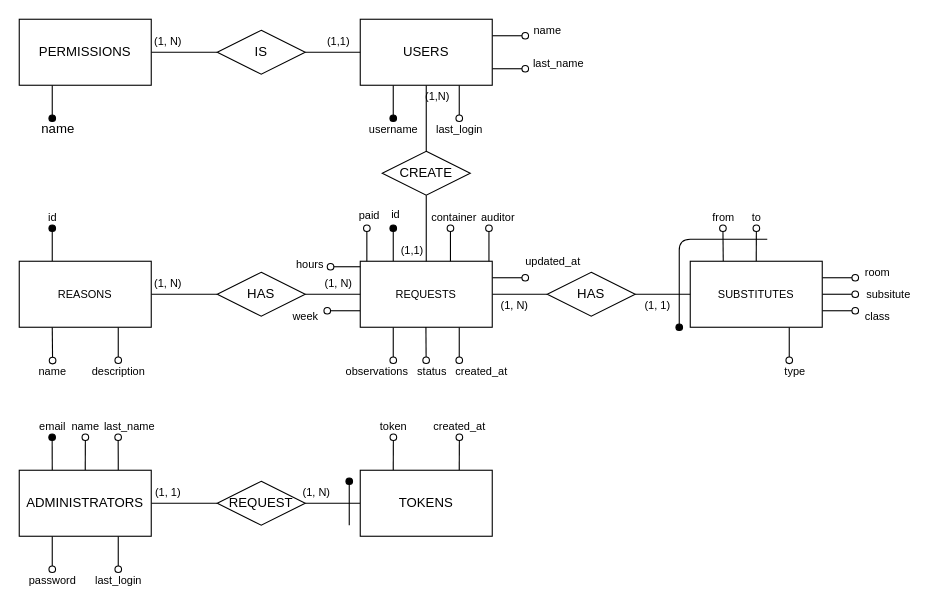
Earlier version of the draw.io diagram documentazione/database/database.drawio (filippofinke/gestione-congedi-docenti). Source tidied: cells renumbered, new cells numbered last; positions are measured from the earlier drawing's top-left corner, leaving out a move shared by most shapes. Both pictures are drawn from the tidied source at 110%, with x=0, y=0 at pixel (19, 19).
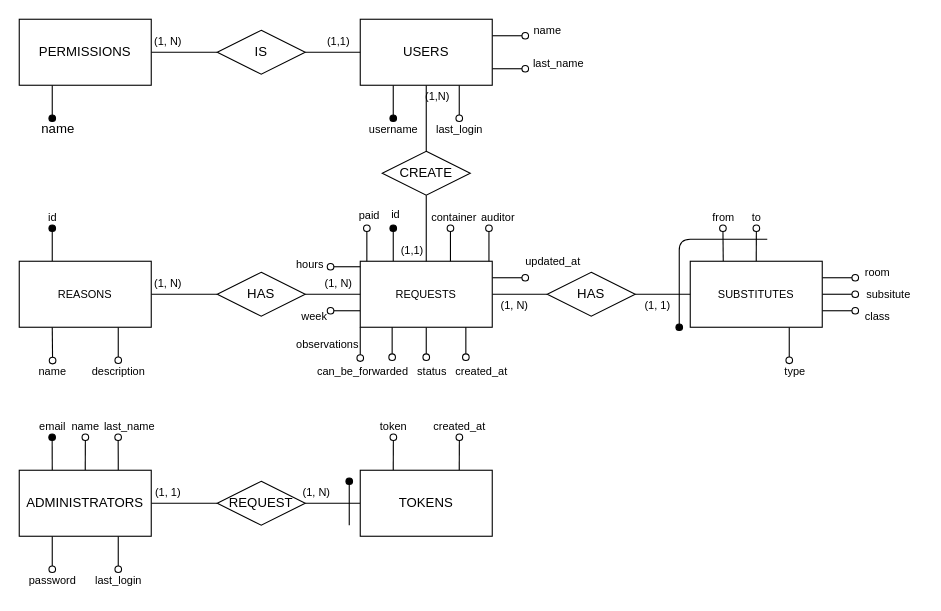
The same diagram, later.

Commit message (it also covers changes not shown here):
Aggiunto campo can_be_forwarded al database

The change refers to these unchanged cells:
```xml
<mxCell id="54" value="REQUESTS" style="rounded=0;whiteSpace=wrap;html=1;fontSize=10;" parent="1" vertex="1">
  <mxGeometry x="310" y="220" width="120" height="60" as="geometry" />
</mxCell>
```

Diff of the diagram source:
```diff
@@
-    <mxCell id="49" style="edgeStyle=orthogonalEdgeStyle;rounded=0;jettySize=auto;html=1;exitX=0.25;exitY=1;exitDx=0;exitDy=0;endArrow=oval;endFill=0;fontSize=10;" parent="1" edge="1" source="54">
-      <mxGeometry relative="1" as="geometry">
-        <mxPoint x="340" y="310" as="targetPoint" />
-      </mxGeometry>
-    </mxCell>
-    <mxCell id="50" style="edgeStyle=orthogonalEdgeStyle;rounded=0;jettySize=auto;html=1;exitX=0.75;exitY=1;exitDx=0;exitDy=0;endArrow=oval;endFill=0;fontSize=10;" parent="1" edge="1" source="54">
-      <mxGeometry relative="1" as="geometry">
-        <mxPoint x="400" y="310" as="targetPoint" />
-      </mxGeometry>
-    </mxCell>
@@
-    <mxCell id="53" style="edgeStyle=orthogonalEdgeStyle;rounded=0;jettySize=auto;html=1;exitX=0;exitY=0.75;exitDx=0;exitDy=0;endArrow=oval;endFill=0;fontSize=10;" parent="1" edge="1" source="54">
-      <mxGeometry relative="1" as="geometry">
-        <mxPoint x="280" y="264.9" as="targetPoint" />
-      </mxGeometry>
-    </mxCell>
+    <mxCell id="98" style="edgeStyle=orthogonalEdgeStyle;rounded=0;jettySize=auto;html=1;exitX=0;exitY=0.75;exitDx=0;exitDy=0;endArrow=oval;endFill=0;" parent="1" edge="1" source="54">
+      <mxGeometry relative="1" as="geometry">
+        <mxPoint x="283" y="265" as="targetPoint" />
+      </mxGeometry>
+    </mxCell>
+    <mxCell id="99" style="edgeStyle=orthogonalEdgeStyle;rounded=0;jettySize=auto;html=1;exitX=0;exitY=1;exitDx=0;exitDy=0;startArrow=none;startFill=0;endArrow=oval;endFill=0;" parent="1" edge="1" source="54">
+      <mxGeometry relative="1" as="geometry">
+        <mxPoint x="310" y="308" as="targetPoint" />
+      </mxGeometry>
+    </mxCell>
+    <mxCell id="100" style="edgeStyle=orthogonalEdgeStyle;rounded=0;jettySize=auto;html=1;exitX=0.5;exitY=1;exitDx=0;exitDy=0;startArrow=none;startFill=0;endArrow=oval;endFill=0;" parent="1" edge="1" source="54">
+      <mxGeometry relative="1" as="geometry">
+        <mxPoint x="370" y="307.2" as="targetPoint" />
+      </mxGeometry>
+    </mxCell>
@@
     <mxCell id="75" value="observations" style="text;html=1;align=center;verticalAlign=middle;fontSize=10;" parent="1" vertex="1">
-      <mxGeometry x="290" y="310" width="70" height="20" as="geometry" />
+      <mxGeometry x="245" y="285" width="70" height="20" as="geometry" />
     </mxCell>
@@
     <mxCell id="82" value="week" style="text;html=1;align=center;verticalAlign=middle;fontSize=10;" parent="1" vertex="1">
-      <mxGeometry x="240" y="260" width="40" height="20" as="geometry" />
+      <mxGeometry x="248" y="260" width="40" height="20" as="geometry" />
     </mxCell>
@@
-    <mxCell id="87" style="edgeStyle=orthogonalEdgeStyle;rounded=0;orthogonalLoop=1;jettySize=auto;html=1;exitX=0.25;exitY=1;exitDx=0;exitDy=0;endArrow=oval;endFill=0;fontSize=10;" parent="1" edge="1">
-      <mxGeometry relative="1" as="geometry">
-        <mxPoint x="369.7" y="279.7" as="sourcePoint" />
-        <mxPoint x="369.9" y="310" as="targetPoint" />
-      </mxGeometry>
-    </mxCell>
@@
+    <mxCell id="101" style="edgeStyle=orthogonalEdgeStyle;rounded=0;orthogonalLoop=1;jettySize=auto;html=1;exitX=0.5;exitY=1;exitDx=0;exitDy=0;startArrow=none;startFill=0;endArrow=oval;endFill=0;" parent="1" edge="1">
+      <mxGeometry relative="1" as="geometry">
+        <mxPoint x="406" y="280" as="sourcePoint" />
+        <mxPoint x="406" y="307.2" as="targetPoint" />
+      </mxGeometry>
+    </mxCell>
+    <mxCell id="102" style="edgeStyle=orthogonalEdgeStyle;rounded=0;orthogonalLoop=1;jettySize=auto;html=1;exitX=0.5;exitY=1;exitDx=0;exitDy=0;startArrow=none;startFill=0;endArrow=oval;endFill=0;" parent="1" edge="1">
+      <mxGeometry relative="1" as="geometry">
+        <mxPoint x="339" y="280" as="sourcePoint" />
+        <mxPoint x="339" y="307.2" as="targetPoint" />
+      </mxGeometry>
+    </mxCell>
+    <mxCell id="103" value="can_be_forwarded" style="text;html=1;align=center;verticalAlign=middle;fontSize=10;" parent="1" vertex="1">
+      <mxGeometry x="265" y="312" width="93" height="16" as="geometry" />
+    </mxCell>
```
